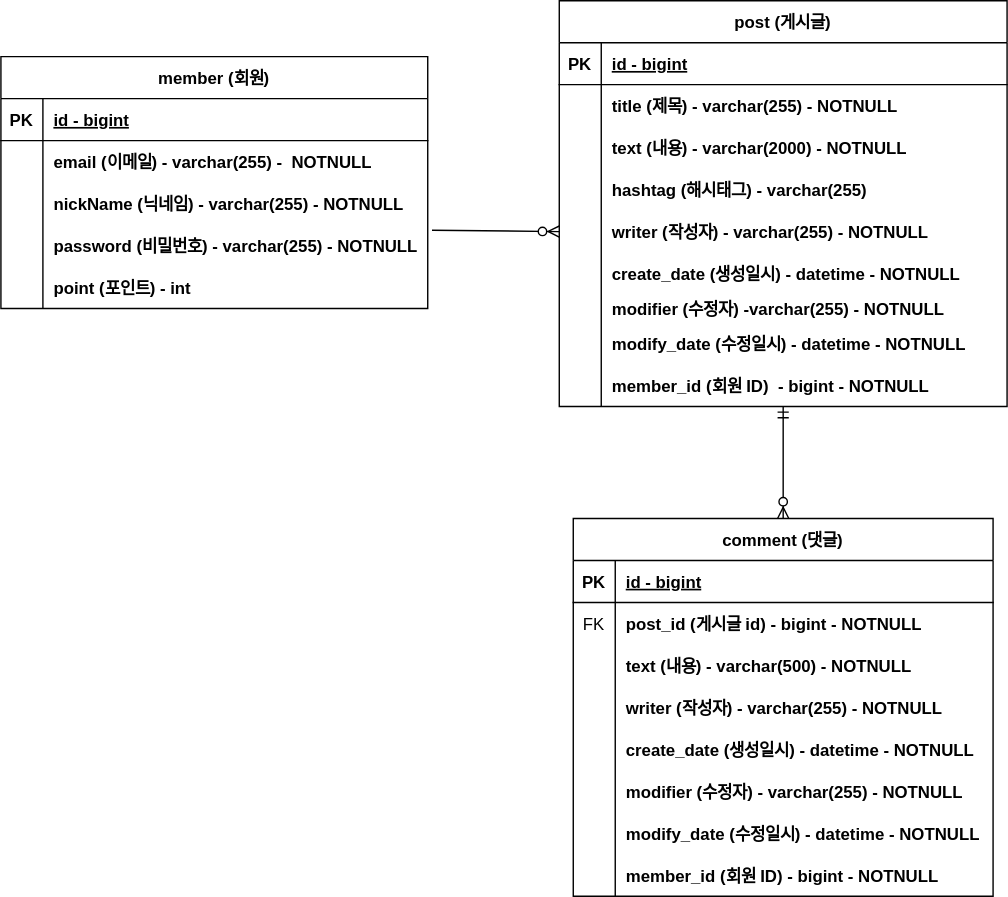
tlqkrus012345/sym keeps this draw.io diagram as document/sym-project-erd.svg. Above is the earlier version. Source tidied: cells renumbered, new cells last; positions are measured from the earlier drawing's top-left corner, leaving out a move shared by most shapes.
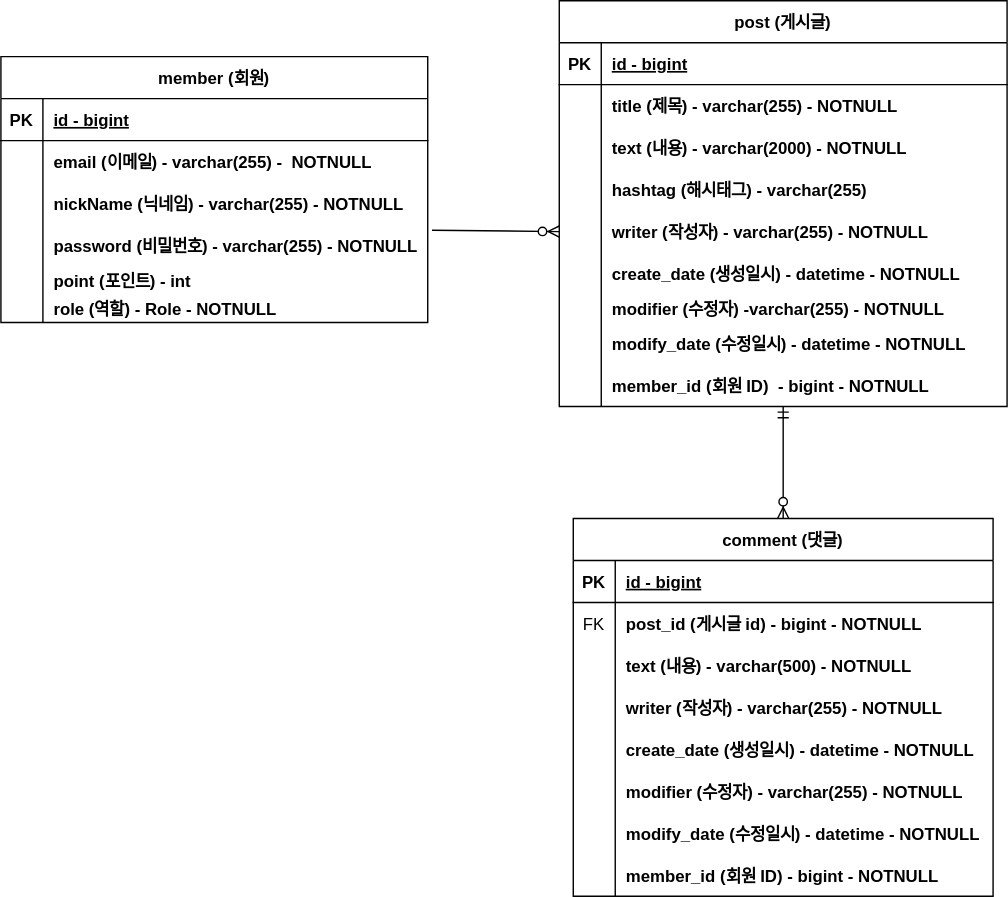
The same file after the commit.

The edit, as a diff of the source:
```diff
@@ -162,7 +162,7 @@
       <mxGeometry x="30" width="270" height="30" as="geometry" />
     </mxCell>
     <mxCell id="55" value="member (회원)" style="shape=table;startSize=30;rowLines=0;fontStyle=1;align=center;" parent="1" vertex="1">
-      <mxGeometry y="40" width="305" height="180" as="geometry" />
+      <mxGeometry y="40" width="305" height="190" as="geometry" />
     </mxCell>
     <mxCell id="56" style="shape=partialRectangle;fillColor=none;top=0;left=0;right=0;bottom=1;" parent="55" vertex="1">
       <mxGeometry y="30" width="305" height="30" as="geometry" />
@@ -201,14 +201,23 @@
       <mxGeometry x="30" width="275" height="30" as="geometry" />
     </mxCell>
     <mxCell id="68" style="shape=partialRectangle;fillColor=none;top=0;left=0;right=0;bottom=0;" parent="55" vertex="1">
-      <mxGeometry y="150" width="305" height="30" as="geometry" />
+      <mxGeometry y="150" width="305" height="20" as="geometry" />
     </mxCell>
     <mxCell id="69" style="shape=partialRectangle;overflow=hidden;fillColor=none;top=0;left=0;bottom=0;right=0;" parent="68" vertex="1">
-      <mxGeometry width="30" height="30" as="geometry" />
+      <mxGeometry width="30" height="20" as="geometry" />
     </mxCell>
     <mxCell id="70" value="point (포인트) - int" style="shape=partialRectangle;overflow=hidden;fillColor=none;top=0;left=0;bottom=0;right=0;align=left;spacingLeft=6;fontStyle=1;" parent="68" vertex="1">
-      <mxGeometry x="30" width="275" height="30" as="geometry" />
+      <mxGeometry x="30" width="275" height="20" as="geometry" />
     </mxCell>
+    <mxCell id="73" style="shape=partialRectangle;fillColor=none;top=0;left=0;right=0;bottom=0;" parent="55" vertex="1">
+      <mxGeometry y="170" width="305" height="20" as="geometry" />
+    </mxCell>
+    <mxCell id="74" style="shape=partialRectangle;overflow=hidden;fillColor=none;top=0;left=0;bottom=0;right=0;" parent="73" vertex="1">
+      <mxGeometry width="30" height="20" as="geometry" />
+    </mxCell>
+    <mxCell id="75" value="role (역할) - Role - NOTNULL" style="shape=partialRectangle;overflow=hidden;fillColor=none;top=0;left=0;bottom=0;right=0;align=left;spacingLeft=6;fontStyle=1;" parent="73" vertex="1">
+      <mxGeometry x="30" width="275" height="20" as="geometry" />
+    </mxCell>
     <mxCell id="71" style="fontSize=12;html=1;endArrow=ERzeroToMany;startArrow=ERmandOne;rounded=0;exitX=0.5;exitY=1;exitDx=0;exitDy=0;entryX=0.5;entryY=0;entryDx=0;entryDy=0;" parent="1" edge="1" source="2" target="30">
       <mxGeometry relative="1" as="geometry" />
     </mxCell>
```
